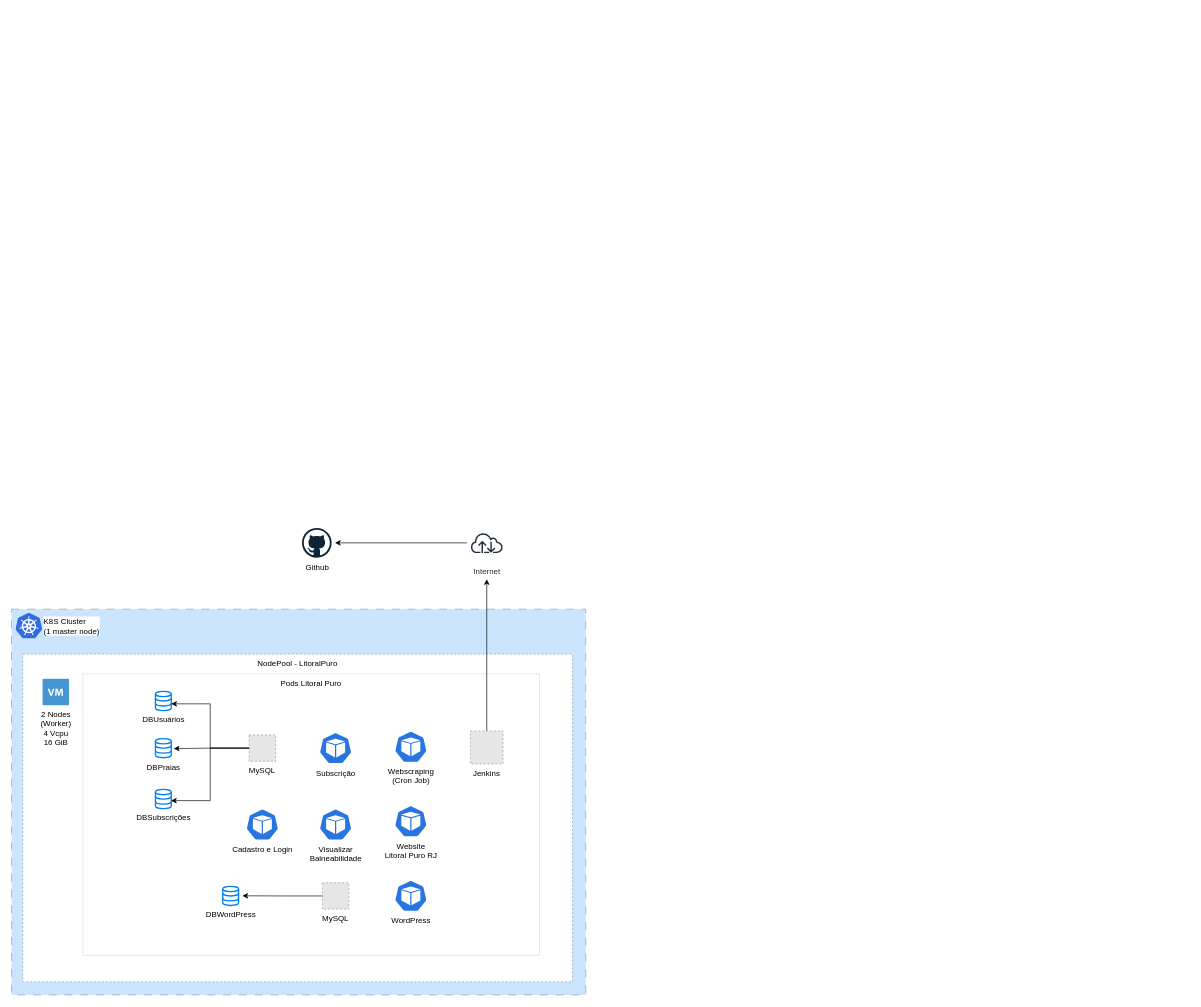
Above: page "Software" (2 of 3) of src/drawio/Arquitetura.drawio in Hatz-D/Litoral-Puro-RJ (draw.io), before the change. Source tidied: cells renumbered, new cells numbered last; positions are measured from the earlier drawing's top-left corner, leaving out a move shared by most shapes. Both pictures are drawn from the tidied source at 66%, with x=0, y=0 at pixel (11, 523). Pictures stored in the file or linked from it are replaced by grey dashed boxes.
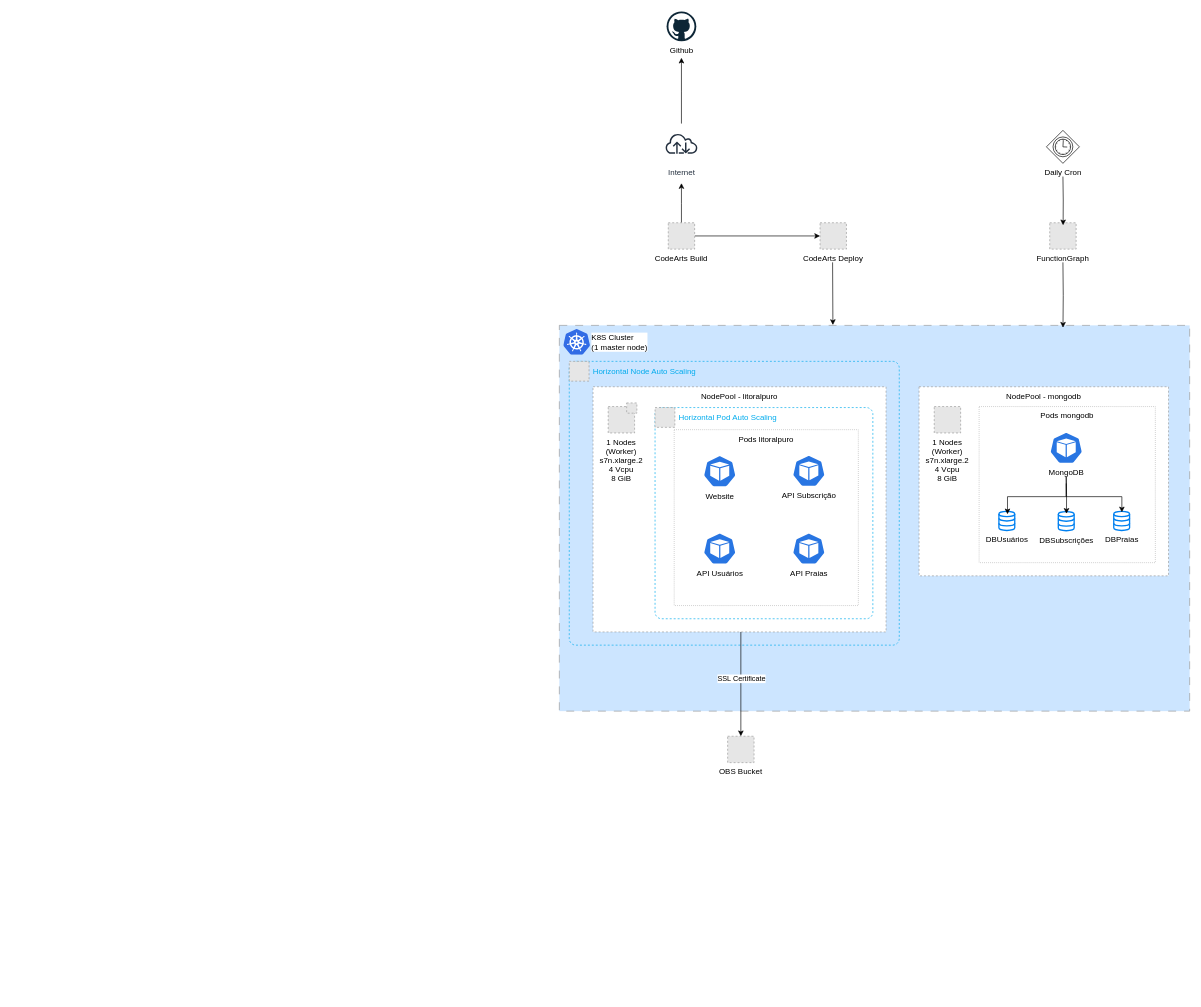
The same diagram, later.

Diff of the diagram source:
```diff
@@
-    <mxCell id="2" style="rounded=0;whiteSpace=wrap;html=1;dashed=1;strokeColor=#999999;verticalAlign=top;dashPattern=12 12;fillColor=#CCE5FF;" parent="1" vertex="1">
-      <mxGeometry y="130.5" width="870" height="584.5" as="geometry" />
-    </mxCell>
-    <mxCell id="3" value="NodePool - LitoralPuro" style="rounded=0;whiteSpace=wrap;html=1;dashed=1;strokeColor=#999999;verticalAlign=top;" parent="1" vertex="1">
-      <mxGeometry x="17" y="198.5" width="833" height="496.5" as="geometry" />
-    </mxCell>
-    <mxCell id="4" value="Pods Litoral Puro" style="rounded=0;whiteSpace=wrap;html=1;dashed=1;strokeColor=#999999;verticalAlign=top;dashPattern=1 2;" parent="1" vertex="1">
-      <mxGeometry x="108" y="228.5" width="692" height="426.5" as="geometry" />
-    </mxCell>
+    <mxCell id="28" style="rounded=0;whiteSpace=wrap;html=1;dashed=1;strokeColor=#999999;verticalAlign=top;dashPattern=12 12;fillColor=#CCE5FF;" parent="1" vertex="1">
+      <mxGeometry x="830" y="-299.5" width="955" height="584.5" as="geometry" />
+    </mxCell>
+    <mxCell id="29" style="group;" parent="1" vertex="1">
+      <mxGeometry x="845" y="-245" width="500" height="430" as="geometry" />
+    </mxCell>
+    <mxCell id="30" value="Horizontal Node Auto Scaling" style="rounded=1;whiteSpace=wrap;html=1;fillColor=none;strokeColor=#00abed;dashed=1;absoluteArcSize=1;imageHeight=24;arcSize=20;fontColor=#00abed;verticalAlign=top;align=left;spacingLeft=34;fontFamily=Arial;spacingTop=2;" parent="29" vertex="1">
+      <mxGeometry width="500" height="430" as="geometry" />
+    </mxCell>
+    <mxCell id="31" style="fillColor=#E6E6E6;strokeColor=#999999;dashed=1;verticalLabelPosition=bottom;labelBackgroundColor=default;verticalAlign=top;" parent="29" vertex="1">
+      <mxGeometry width="30" height="30" as="geometry" />
+    </mxCell>
+    <mxCell id="32" value="NodePool - litoralpuro" style="rounded=0;whiteSpace=wrap;html=1;dashed=1;strokeColor=#999999;verticalAlign=top;" parent="1" vertex="1">
+      <mxGeometry x="881" y="-206.5" width="444" height="371.5" as="geometry" />
+    </mxCell>
+    <mxCell id="33" value="Pods litoralpuro" style="rounded=0;whiteSpace=wrap;html=1;dashed=1;strokeColor=#999999;verticalAlign=top;dashPattern=1 2;" parent="1" vertex="1">
+      <mxGeometry x="1004" y="-141.5" width="279" height="266.5" as="geometry" />
+    </mxCell>
+    <mxCell id="34" value="1 Nodes&#10;(Worker)&#10;s7n.xlarge.2&#10;4 Vcpu&#10;8 GiB" style="fillColor=#E6E6E6;strokeColor=#999999;dashed=1;verticalLabelPosition=bottom;verticalAlign=top;" parent="1" vertex="1">
+      <mxGeometry x="904" y="-176.5" width="40" height="40" as="geometry" />
+    </mxCell>
+    <mxCell id="35" value="NodePool - mongodb" style="rounded=0;whiteSpace=wrap;html=1;dashed=1;strokeColor=#999999;verticalAlign=top;" parent="1" vertex="1">
+      <mxGeometry x="1375" y="-206.5" width="378" height="286.5" as="geometry" />
+    </mxCell>
+    <mxCell id="36" value="Pods mongodb" style="rounded=0;whiteSpace=wrap;html=1;dashed=1;strokeColor=#999999;verticalAlign=top;dashPattern=1 2;" parent="1" vertex="1">
+      <mxGeometry x="1466" y="-176.5" width="267" height="236.5" as="geometry" />
+    </mxCell>
     <mxCell id="5" value="&lt;div style=&quot;&quot;&gt;K8S Cluster&amp;nbsp;&lt;/div&gt;&lt;div style=&quot;&quot;&gt;(1 master node)&lt;/div&gt;" style="image;sketch=0;html=1;align=left;fontSize=12;image=img/lib/mscae/Kubernetes.svg;labelPosition=right;verticalLabelPosition=middle;verticalAlign=middle;" parent="1" vertex="1">
-      <mxGeometry x="6.4" y="136.5" width="40.6" height="39" as="geometry" />
+      <mxGeometry x="836.4" y="-293.5" width="40.6" height="39" as="geometry" />
     </mxCell>
-    <mxCell id="6" value="2 Nodes&lt;br style=&quot;padding: 0px; margin: 0px;&quot;&gt;(Worker)&lt;br style=&quot;padding: 0px; margin: 0px;&quot;&gt;4 Vcpu&lt;br style=&quot;padding: 0px; margin: 0px;&quot;&gt;16 GiB" style="shadow=0;dashed=0;html=1;strokeColor=none;fillColor=#4495D1;labelPosition=center;verticalLabelPosition=bottom;verticalAlign=top;align=center;shape=mxgraph.veeam.2d.virtual_machine;" parent="1" vertex="1">
-      <mxGeometry x="47" y="236" width="40" height="40" as="geometry" />
-    </mxCell>
-    <mxCell id="7" value="MySQL&#10;" style="fillColor=#E6E6E6;strokeColor=#999999;dashed=1;verticalLabelPosition=bottom;verticalAlign=top;" parent="1" vertex="1">
-      <mxGeometry x="360" y="321" width="40" height="40" as="geometry" />
-    </mxCell>
-    <mxCell id="8" style="edgeStyle=orthogonalEdgeStyle;rounded=0;jettySize=auto;html=1;exitX=0.5;exitY=0;exitDx=0;exitDy=0;" parent="1" edge="1" source="9">
-      <mxGeometry relative="1" as="geometry">
-        <mxPoint x="720" y="85" as="targetPoint" />
-      </mxGeometry>
-    </mxCell>
-    <mxCell id="9" value="Jenkins" style="fillColor=#E6E6E6;strokeColor=#999999;dashed=1;verticalLabelPosition=bottom;labelBackgroundColor=default;verticalAlign=top;" parent="1" vertex="1">
-      <mxGeometry x="695.3" y="315" width="49.4" height="50" as="geometry" />
-    </mxCell>
+    <mxCell id="37" value="1 Nodes&#10;(Worker)&#10;s7n.xlarge.2&#10;4 Vcpu&#10;8 GiB&#10;" style="fillColor=#E6E6E6;strokeColor=#999999;dashed=1;verticalLabelPosition=bottom;verticalAlign=top;" parent="1" vertex="1">
+      <mxGeometry x="1398" y="-176.5" width="40" height="40" as="geometry" />
+    </mxCell>
+    <mxCell id="38" style="fillColor=#E6E6E6;strokeColor=#999999;dashed=1;verticalLabelPosition=bottom;verticalAlign=top;" parent="1" vertex="1">
+      <mxGeometry x="932" y="-182" width="15.5" height="15.5" as="geometry" />
+    </mxCell>
+    <mxCell id="39" value="FunctionGraph" style="fillColor=#E6E6E6;strokeColor=#999999;dashed=1;verticalLabelPosition=bottom;verticalAlign=top;" parent="1" vertex="1">
+      <mxGeometry x="1573" y="-455" width="40" height="40" as="geometry" />
+    </mxCell>
+    <mxCell id="40" value="OBS Bucket" style="fillColor=#E6E6E6;strokeColor=#999999;dashed=1;verticalLabelPosition=bottom;verticalAlign=top;" parent="1" vertex="1">
+      <mxGeometry x="1085" y="323" width="40" height="40" as="geometry" />
+    </mxCell>
+    <mxCell id="41" value="CodeArts Deploy" style="fillColor=#E6E6E6;strokeColor=#999999;dashed=1;verticalLabelPosition=bottom;verticalAlign=top;" parent="1" vertex="1">
+      <mxGeometry x="1225" y="-455" width="40" height="40" as="geometry" />
+    </mxCell>
+    <mxCell id="42" style="edgeStyle=orthogonalEdgeStyle;rounded=0;jettySize=auto;html=1;" parent="1" edge="1" source="44">
+      <mxGeometry relative="1" as="geometry">
+        <mxPoint x="1015" y="-515" as="targetPoint" />
+      </mxGeometry>
+    </mxCell>
+    <mxCell id="43" style="edgeStyle=orthogonalEdgeStyle;rounded=0;jettySize=auto;html=1;entryX=0;entryY=0.5;entryDx=0;entryDy=0;" parent="1" edge="1" source="44" target="41">
+      <mxGeometry relative="1" as="geometry" />
+    </mxCell>
+    <mxCell id="44" value="CodeArts Build" style="fillColor=#E6E6E6;strokeColor=#999999;dashed=1;verticalLabelPosition=bottom;verticalAlign=top;" parent="1" vertex="1">
+      <mxGeometry x="995" y="-455" width="40" height="40" as="geometry" />
+    </mxCell>
     <mxCell id="10" value="Github" style="dashed=0;html=1;align=center;labelPosition=center;verticalLabelPosition=bottom;verticalAlign=top;shape=mxgraph.weblogos.github;" parent="1" vertex="1">
-      <mxGeometry x="440" y="7.5" width="45" height="45" as="geometry" />
+      <mxGeometry x="992.5" y="-775" width="45" height="45" as="geometry" />
     </mxCell>
-    <mxCell id="11" style="edgeStyle=orthogonalEdgeStyle;rounded=0;jettySize=auto;html=1;" parent="1" edge="1" source="12">
-      <mxGeometry relative="1" as="geometry">
-        <mxPoint x="490" y="30" as="targetPoint" />
-      </mxGeometry>
-    </mxCell>
+    <mxCell id="45" style="edgeStyle=orthogonalEdgeStyle;rounded=0;jettySize=auto;html=1;" parent="1" edge="1" source="12">
+      <mxGeometry relative="1" as="geometry">
+        <mxPoint x="1015" y="-705" as="targetPoint" />
+      </mxGeometry>
+    </mxCell>
     <mxCell id="12" value="Internet" style="sketch=0;outlineConnect=0;fontColor=#232F3E;gradientColor=none;strokeColor=#232F3E;fillColor=#ffffff;dashed=0;verticalLabelPosition=bottom;verticalAlign=top;align=center;html=1;fontSize=12;fontStyle=0;shape=mxgraph.aws4.resourceIcon;resIcon=mxgraph.aws4.internet;" parent="1" vertex="1">
-      <mxGeometry x="690" width="60" height="60" as="geometry" />
+      <mxGeometry x="985" y="-605" width="60" height="60" as="geometry" />
     </mxCell>
-    <mxCell id="13" value="Website&lt;div&gt;Litoral Puro RJ&lt;/div&gt;" style="sketch=0;html=1;dashed=0;whitespace=wrap;verticalLabelPosition=bottom;verticalAlign=top;fillColor=#2875E2;strokeColor=#ffffff;shape=mxgraph.kubernetes.icon2;prIcon=pod;" parent="1" vertex="1">
-      <mxGeometry x="580" y="427.8" width="50" height="48" as="geometry" />
-    </mxCell>
-    <mxCell id="14" value="Webscraping&lt;div&gt;(Cron Job)&lt;/div&gt;" style="sketch=0;html=1;dashed=0;whitespace=wrap;verticalLabelPosition=bottom;verticalAlign=top;fillColor=#2875E2;strokeColor=#ffffff;shape=mxgraph.kubernetes.icon2;prIcon=pod;" parent="1" vertex="1">
-      <mxGeometry x="580" y="315" width="50" height="48" as="geometry" />
-    </mxCell>
-    <mxCell id="15" value="Cadastro e Login" style="sketch=0;html=1;dashed=0;whitespace=wrap;verticalLabelPosition=bottom;verticalAlign=top;fillColor=#2875E2;strokeColor=#ffffff;shape=mxgraph.kubernetes.icon2;prIcon=pod;" parent="1" vertex="1">
-      <mxGeometry x="355" y="432.8" width="50" height="48" as="geometry" />
-    </mxCell>
-    <mxCell id="16" value="WordPress" style="sketch=0;html=1;dashed=0;whitespace=wrap;verticalLabelPosition=bottom;verticalAlign=top;fillColor=#2875E2;strokeColor=#ffffff;shape=mxgraph.kubernetes.icon2;prIcon=pod;" parent="1" vertex="1">
-      <mxGeometry x="580" y="541" width="50" height="48" as="geometry" />
-    </mxCell>
-    <mxCell id="17" value="Visualizar&lt;div&gt;Balneabilidade&lt;/div&gt;" style="sketch=0;html=1;dashed=0;whitespace=wrap;verticalLabelPosition=bottom;verticalAlign=top;fillColor=#2875E2;strokeColor=#ffffff;shape=mxgraph.kubernetes.icon2;prIcon=pod;" parent="1" vertex="1">
-      <mxGeometry x="466" y="432.8" width="50" height="48" as="geometry" />
-    </mxCell>
-    <mxCell id="18" value="Subscrição" style="sketch=0;html=1;dashed=0;whitespace=wrap;verticalLabelPosition=bottom;verticalAlign=top;fillColor=#2875E2;strokeColor=#ffffff;shape=mxgraph.kubernetes.icon2;prIcon=pod;" parent="1" vertex="1">
-      <mxGeometry x="466" y="317" width="50" height="48" as="geometry" />
-    </mxCell>
+    <mxCell id="46" value="MongoDB" style="sketch=0;html=1;dashed=0;whitespace=wrap;verticalLabelPosition=bottom;verticalAlign=top;fillColor=#2875E2;strokeColor=#ffffff;shape=mxgraph.kubernetes.icon2;prIcon=pod;" parent="1" vertex="1">
+      <mxGeometry x="1573" y="-138" width="50" height="48" as="geometry" />
+    </mxCell>
     <mxCell id="19" value="DBUsuários" style="html=1;verticalLabelPosition=bottom;align=center;labelBackgroundColor=#ffffff;verticalAlign=top;strokeWidth=2;strokeColor=#0080F0;shadow=0;dashed=0;shape=mxgraph.ios7.icons.data;" parent="1" vertex="1">
-      <mxGeometry x="218" y="255" width="24" height="29.1" as="geometry" />
+      <mxGeometry x="1496" y="-17.8" width="24" height="29.1" as="geometry" />
     </mxCell>
-    <mxCell id="20" value="DBPraias" style="html=1;verticalLabelPosition=bottom;align=center;labelBackgroundColor=#ffffff;verticalAlign=top;strokeWidth=2;strokeColor=#0080F0;shadow=0;dashed=0;shape=mxgraph.ios7.icons.data;" parent="1" vertex="1">
-      <mxGeometry x="218" y="326.5" width="24" height="29.1" as="geometry" />
+    <mxCell id="20" value="&lt;div&gt;&lt;span style=&quot;background-color: light-dark(rgb(255, 255, 255), rgb(18, 18, 18)); color: light-dark(rgb(0, 0, 0), rgb(255, 255, 255));&quot;&gt;DBPraias&lt;/span&gt;&lt;/div&gt;" style="html=1;verticalLabelPosition=bottom;align=center;labelBackgroundColor=#ffffff;verticalAlign=top;strokeWidth=2;strokeColor=#0080F0;shadow=0;dashed=0;shape=mxgraph.ios7.icons.data;" parent="1" vertex="1">
+      <mxGeometry x="1670" y="-17.8" width="24" height="29.1" as="geometry" />
     </mxCell>
     <mxCell id="21" value="DBSubscrições" style="html=1;verticalLabelPosition=bottom;align=center;labelBackgroundColor=#ffffff;verticalAlign=top;strokeWidth=2;strokeColor=#0080F0;shadow=0;dashed=0;shape=mxgraph.ios7.icons.data;" parent="1" vertex="1">
-      <mxGeometry x="218" y="403.6" width="24" height="29.1" as="geometry" />
+      <mxGeometry x="1586" y="-17.4" width="24" height="29.1" as="geometry" />
     </mxCell>
-    <mxCell id="22" value="DBWordPress" style="html=1;verticalLabelPosition=bottom;align=center;labelBackgroundColor=#ffffff;verticalAlign=top;strokeWidth=2;strokeColor=#0080F0;shadow=0;dashed=0;shape=mxgraph.ios7.icons.data;" parent="1" vertex="1">
-      <mxGeometry x="320" y="550.4" width="24" height="29.1" as="geometry" />
-    </mxCell>
-    <mxCell id="23" value="MySQL&#10;" style="fillColor=#E6E6E6;strokeColor=#999999;dashed=1;verticalLabelPosition=bottom;verticalAlign=top;" parent="1" vertex="1">
-      <mxGeometry x="471" y="545" width="40" height="40" as="geometry" />
-    </mxCell>
-    <mxCell id="24" style="edgeStyle=orthogonalEdgeStyle;rounded=0;jettySize=auto;html=1;entryX=1.236;entryY=0.494;entryDx=0;entryDy=0;entryPerimeter=0;" parent="1" edge="1" source="23" target="22">
-      <mxGeometry relative="1" as="geometry" />
-    </mxCell>
-    <mxCell id="25" style="edgeStyle=orthogonalEdgeStyle;rounded=0;jettySize=auto;html=1;entryX=0.995;entryY=0.651;entryDx=0;entryDy=0;entryPerimeter=0;" parent="1" edge="1" source="7" target="19">
-      <mxGeometry relative="1" as="geometry" />
-    </mxCell>
-    <mxCell id="26" style="edgeStyle=orthogonalEdgeStyle;rounded=0;jettySize=auto;html=1;entryX=1.157;entryY=0.525;entryDx=0;entryDy=0;entryPerimeter=0;" parent="1" edge="1" source="7" target="20">
-      <mxGeometry relative="1" as="geometry" />
-    </mxCell>
-    <mxCell id="27" style="edgeStyle=orthogonalEdgeStyle;rounded=0;jettySize=auto;html=1;entryX=0.983;entryY=0.583;entryDx=0;entryDy=0;entryPerimeter=0;" parent="1" edge="1" source="7" target="21">
-      <mxGeometry relative="1" as="geometry" />
-    </mxCell>
+    <mxCell id="47" style="edgeStyle=orthogonalEdgeStyle;rounded=0;jettySize=auto;html=1;entryX=0.516;entryY=0.114;entryDx=0;entryDy=0;entryPerimeter=0;" parent="1" edge="1" target="21">
+      <mxGeometry relative="1" as="geometry">
+        <mxPoint x="1598" y="-70" as="sourcePoint" />
+      </mxGeometry>
+    </mxCell>
+    <mxCell id="48" style="edgeStyle=orthogonalEdgeStyle;rounded=0;jettySize=auto;html=1;entryX=0.512;entryY=0.054;entryDx=0;entryDy=0;entryPerimeter=0;" parent="1" edge="1" target="20">
+      <mxGeometry relative="1" as="geometry">
+        <mxPoint x="1598" y="-60" as="sourcePoint" />
+        <Array as="points">
+          <mxPoint x="1598" y="-40" />
+          <mxPoint x="1682" y="-40" />
+        </Array>
+      </mxGeometry>
+    </mxCell>
+    <mxCell id="49" style="edgeStyle=orthogonalEdgeStyle;rounded=0;orthogonalLoop=1;jettySize=auto;html=1;entryX=0.54;entryY=0.152;entryDx=0;entryDy=0;entryPerimeter=0;" parent="1" edge="1">
+      <mxGeometry relative="1" as="geometry">
+        <mxPoint x="1598" y="-70" as="sourcePoint" />
+        <mxPoint x="1509" y="-13.3" as="targetPoint" />
+        <Array as="points">
+          <mxPoint x="1598" y="-40" />
+          <mxPoint x="1509" y="-40" />
+        </Array>
+      </mxGeometry>
+    </mxCell>
+    <mxCell id="50" value="Website" style="sketch=0;html=1;dashed=0;whitespace=wrap;verticalLabelPosition=bottom;verticalAlign=top;fillColor=#2875E2;strokeColor=#ffffff;shape=mxgraph.kubernetes.icon2;prIcon=pod;" parent="1" vertex="1">
+      <mxGeometry x="1048" y="-102.5" width="50" height="48" as="geometry" />
+    </mxCell>
+    <mxCell id="51" value="API Usuários" style="sketch=0;html=1;dashed=0;whitespace=wrap;verticalLabelPosition=bottom;verticalAlign=top;fillColor=#2875E2;strokeColor=#ffffff;shape=mxgraph.kubernetes.icon2;prIcon=pod;" parent="1" vertex="1">
+      <mxGeometry x="1048" y="14.8" width="50" height="48" as="geometry" />
+    </mxCell>
+    <mxCell id="52" value="API Praias" style="sketch=0;html=1;dashed=0;whitespace=wrap;verticalLabelPosition=bottom;verticalAlign=top;fillColor=#2875E2;strokeColor=#ffffff;shape=mxgraph.kubernetes.icon2;prIcon=pod;" parent="1" vertex="1">
+      <mxGeometry x="1183" y="14.8" width="50" height="48" as="geometry" />
+    </mxCell>
+    <mxCell id="53" value="API Subscrição" style="sketch=0;html=1;dashed=0;whitespace=wrap;verticalLabelPosition=bottom;verticalAlign=top;fillColor=#2875E2;strokeColor=#ffffff;shape=mxgraph.kubernetes.icon2;prIcon=pod;" parent="1" vertex="1">
+      <mxGeometry x="1183" y="-103" width="50" height="48" as="geometry" />
+    </mxCell>
+    <mxCell id="54" style="group;" parent="1" vertex="1">
+      <mxGeometry x="975" y="-175" width="330" height="320" as="geometry" />
+    </mxCell>
+    <mxCell id="55" value="Horizontal Pod Auto Scaling" style="rounded=1;whiteSpace=wrap;html=1;fillColor=none;strokeColor=#00abed;dashed=1;absoluteArcSize=1;imageHeight=24;arcSize=20;fontColor=#00abed;verticalAlign=top;align=left;spacingLeft=34;fontFamily=Arial;spacingTop=2;" parent="54" vertex="1">
+      <mxGeometry width="330" height="320" as="geometry" />
+    </mxCell>
+    <mxCell id="56" style="fillColor=#E6E6E6;strokeColor=#999999;dashed=1;verticalLabelPosition=bottom;labelBackgroundColor=default;verticalAlign=top;" parent="54" vertex="1">
+      <mxGeometry width="30" height="30" as="geometry" />
+    </mxCell>
+    <mxCell id="57" style="endArrow=classic;html=1;rounded=0;entryX=0.5;entryY=0;entryDx=0;entryDy=0;" parent="54" edge="1" target="40">
+      <mxGeometry relative="1" as="geometry">
+        <mxPoint x="130" y="340" as="sourcePoint" />
+      </mxGeometry>
+    </mxCell>
+    <mxCell id="58" value="SSL Certificate" style="edgeLabel;html=1;align=center;verticalAlign=middle;" parent="57" vertex="1">
+      <mxGeometry x="-0.11" relative="1" as="geometry" />
+    </mxCell>
+    <mxCell id="59" value="Daily Cron" style="shape=mxgraph.bpmn.gateway2;html=1;verticalLabelPosition=bottom;labelBackgroundColor=#ffffff;verticalAlign=top;align=center;perimeter=rhombusPerimeter;outline=standard;symbol=timer;" parent="1" vertex="1">
+      <mxGeometry x="1568" y="-595" width="50" height="50" as="geometry" />
+    </mxCell>
+    <mxCell id="60" style="edgeStyle=orthogonalEdgeStyle;rounded=0;orthogonalLoop=1;jettySize=auto;html=1;entryX=0.821;entryY=0.006;entryDx=0;entryDy=0;entryPerimeter=0;" parent="1" edge="1">
+      <mxGeometry relative="1" as="geometry">
+        <mxPoint x="1593" y="-395" as="sourcePoint" />
+        <mxPoint x="1593.1" y="-296" as="targetPoint" />
+      </mxGeometry>
+    </mxCell>
+    <mxCell id="61" style="edgeStyle=orthogonalEdgeStyle;rounded=0;jettySize=auto;html=1;entryX=0.507;entryY=0.095;entryDx=0;entryDy=0;entryPerimeter=0;" parent="1" edge="1" target="39">
+      <mxGeometry relative="1" as="geometry">
+        <mxPoint x="1593" y="-525" as="sourcePoint" />
+      </mxGeometry>
+    </mxCell>
+    <mxCell id="62" style="edgeStyle=orthogonalEdgeStyle;rounded=0;jettySize=auto;html=1;entryX=0.434;entryY=-0.001;entryDx=0;entryDy=0;entryPerimeter=0;" parent="1" edge="1" target="28">
+      <mxGeometry relative="1" as="geometry">
+        <mxPoint x="1244" y="-395" as="sourcePoint" />
+      </mxGeometry>
+    </mxCell>
```
